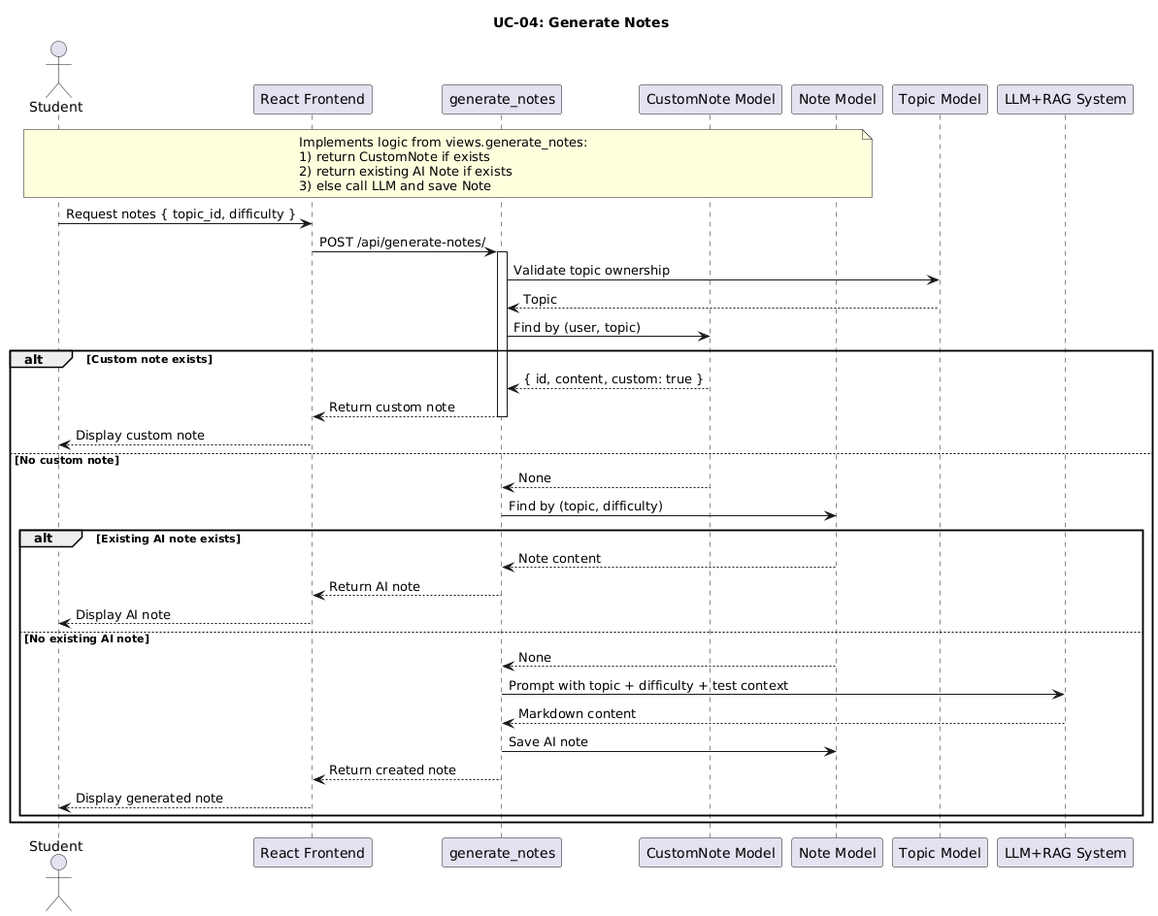
The PlantUML diagram planttext/us4-v1.png in MMMustafakamran/SDs, before a commit. The source it was exported from:
```plantuml
@startuml
title UC-04: Generate Notes

actor Student
participant Frontend as "React Frontend"
participant NotesAPI as "generate_notes"
participant CustomNote as "CustomNote Model"
participant Note as "Note Model"
participant Topic as "Topic Model"
participant LLM as "LLM+RAG System"

note over Student, Note
Implements logic from views.generate_notes:
1) return CustomNote if exists
2) return existing AI Note if exists
3) else call LLM and save Note
end note

Student -> Frontend : Request notes { topic_id, difficulty }
Frontend -> NotesAPI : POST /api/generate-notes/
activate NotesAPI
NotesAPI -> Topic : Validate topic ownership
Topic --> NotesAPI : Topic

NotesAPI -> CustomNote : Find by (user, topic)
alt Custom note exists
    CustomNote --> NotesAPI : { id, content, custom: true }
    NotesAPI --> Frontend : Return custom note
    deactivate NotesAPI
    Frontend --> Student : Display custom note
else No custom note
    CustomNote --> NotesAPI : None

    NotesAPI -> Note : Find by (topic, difficulty)
    alt Existing AI note exists
        Note --> NotesAPI : Note content
        NotesAPI --> Frontend : Return AI note
        deactivate NotesAPI
        Frontend --> Student : Display AI note
    else No existing AI note
        Note --> NotesAPI : None

        NotesAPI -> LLM : Prompt with topic + difficulty + test context
        LLM --> NotesAPI : Markdown content
        NotesAPI -> Note : Save AI note
        NotesAPI --> Frontend : Return created note
        deactivate NotesAPI
        Frontend --> Student : Display generated note
    end
end
@enduml
```
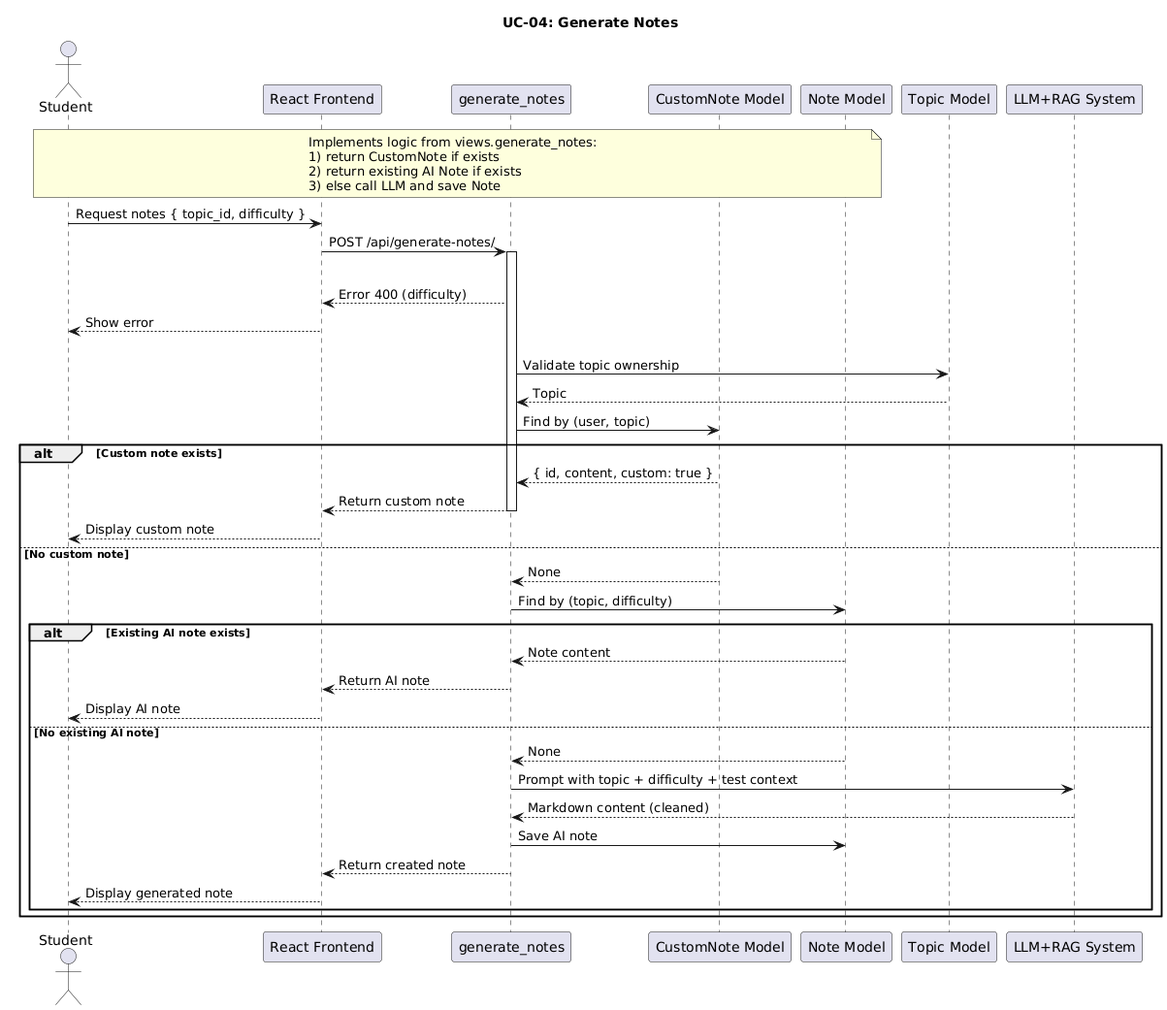
After the commit.

What changed in the source:
```diff
@@ -19,8 +19,13 @@
 Student -> Frontend : Request notes { topic_id, difficulty }
 Frontend -> NotesAPI : POST /api/generate-notes/
 activate NotesAPI
-NotesAPI -> Topic : Validate topic ownership
-Topic --> NotesAPI : Topic
+
+alt Invalid difficulty
+    NotesAPI --> Frontend : Error 400 (difficulty)
+    Frontend --> Student : Show error
+else Valid difficulty
+    NotesAPI -> Topic : Validate topic ownership
+    Topic --> NotesAPI : Topic
 
 NotesAPI -> CustomNote : Find by (user, topic)
 alt Custom note exists
@@ -41,7 +46,7 @@
         Note --> NotesAPI : None
 
         NotesAPI -> LLM : Prompt with topic + difficulty + test context
-        LLM --> NotesAPI : Markdown content
+        LLM --> NotesAPI : Markdown content (cleaned)
         NotesAPI -> Note : Save AI note
         NotesAPI --> Frontend : Return created note
         deactivate NotesAPI
```
